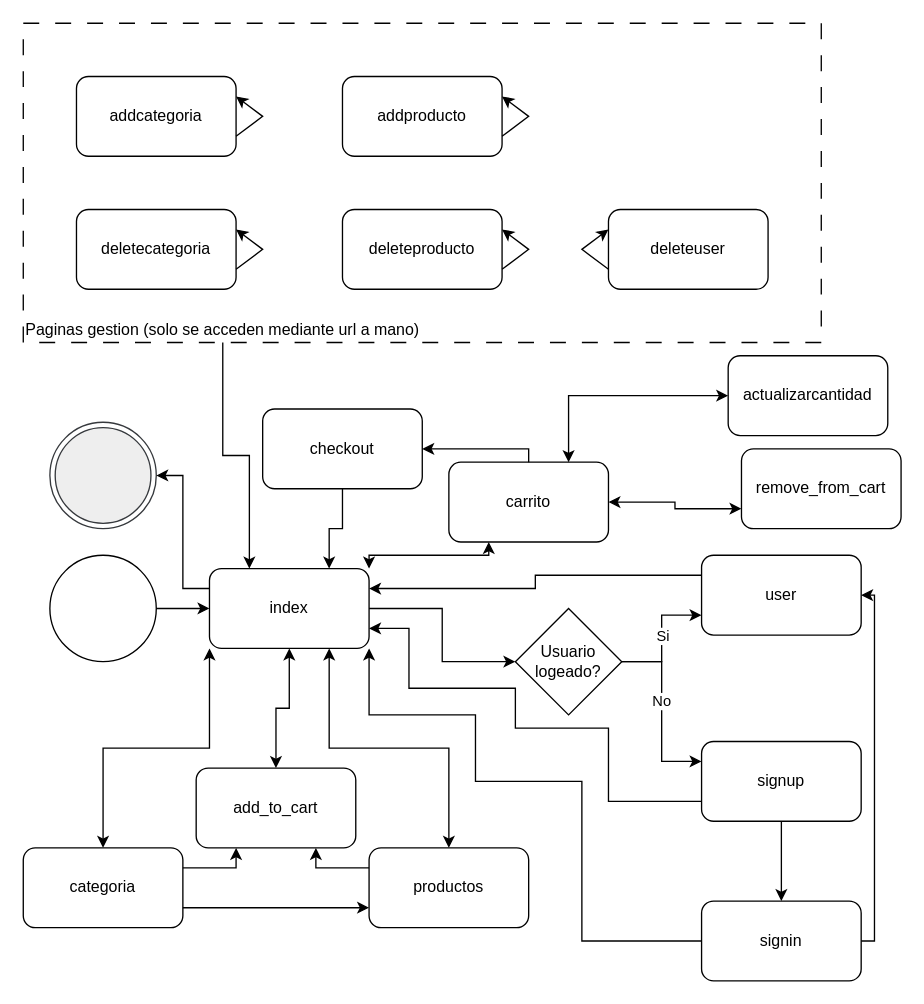
AmadorFiol/proyectoNoDuales keeps this draw.io diagram as DiagramaEstado.drawio. Above is the earlier version. Source tidied: cells renumbered, new cells numbered last; positions are measured from the earlier drawing's top-left corner, leaving out a move shared by most shapes. Both pictures are drawn from the tidied source at 133%, with x=0, y=0 at pixel (23, 23).
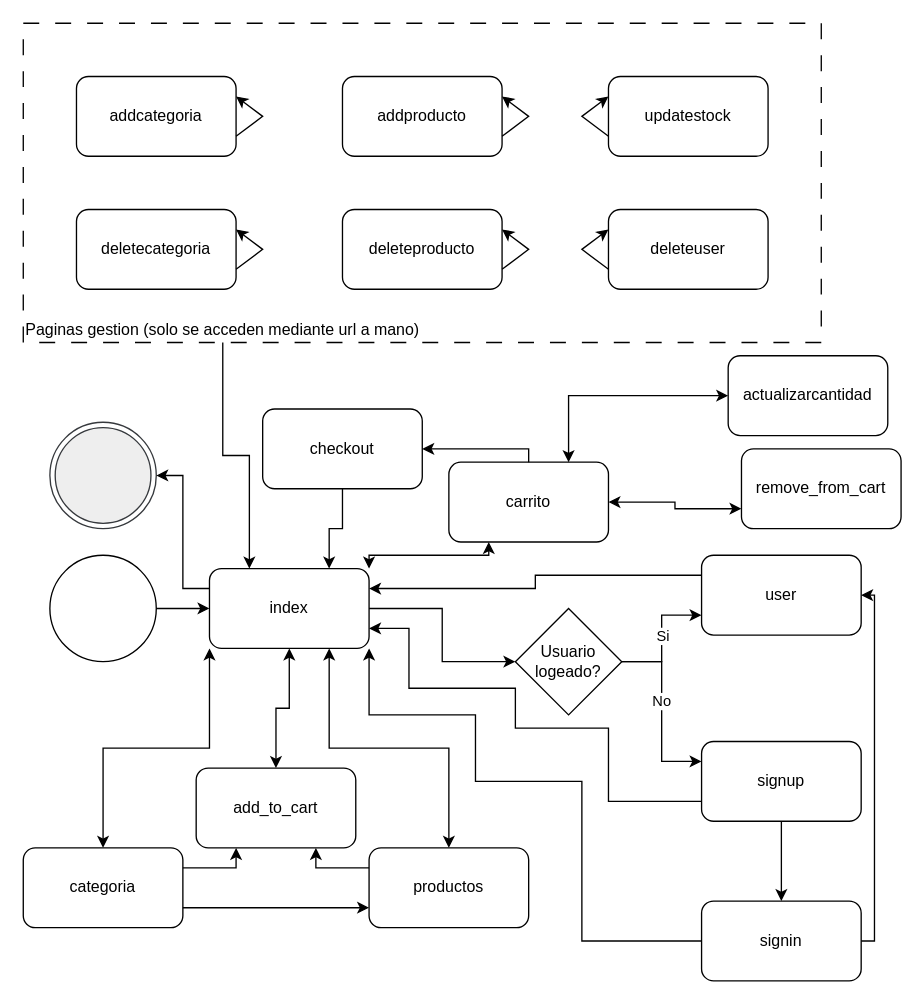
After the change.

What changed in the source:
```diff
@@
+    <mxCell id="51" value="updatestock" style="rounded=1;whiteSpace=wrap;html=1;" parent="1" vertex="1">
+      <mxGeometry x="440" y="40" width="120" height="60" as="geometry" />
+    </mxCell>
+    <mxCell id="52" style="endArrow=classic;html=1;rounded=0;exitX=0;exitY=0.75;exitDx=0;exitDy=0;entryX=0;entryY=0.25;entryDx=0;entryDy=0;" parent="1" edge="1" source="51" target="51">
+      <mxGeometry relative="1" as="geometry">
+        <Array as="points">
+          <mxPoint x="420" y="70" />
+        </Array>
+      </mxGeometry>
+    </mxCell>
```
